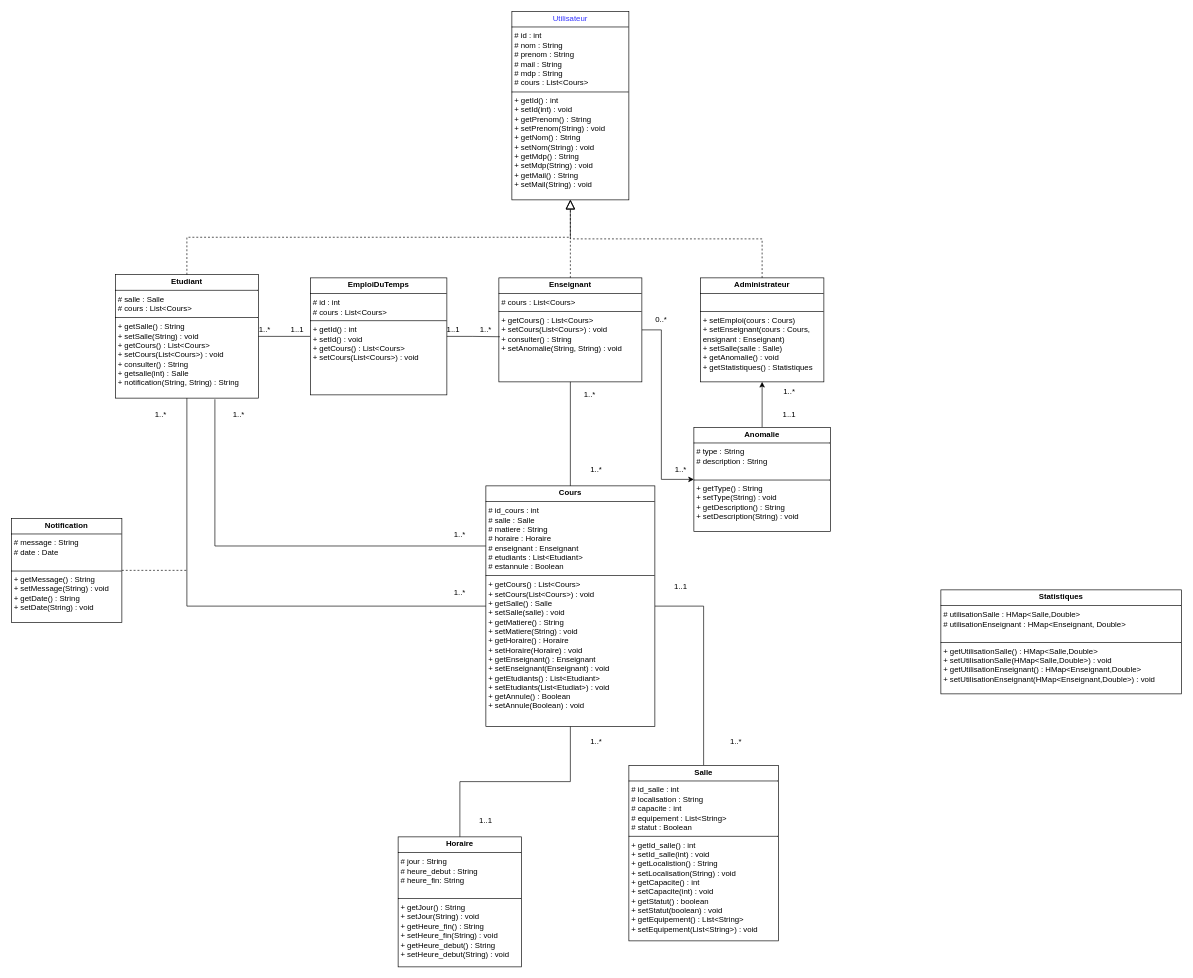
Before: JavaUML.drawio in Dimmis5/Projet_java, a draw.io diagram. Source tidied: cells renumbered, new cells numbered last; positions are measured from the earlier drawing's top-left corner, leaving out a move shared by most shapes. Both pictures are drawn from the tidied source at 65%, with x=0, y=0 at pixel (11, 11).
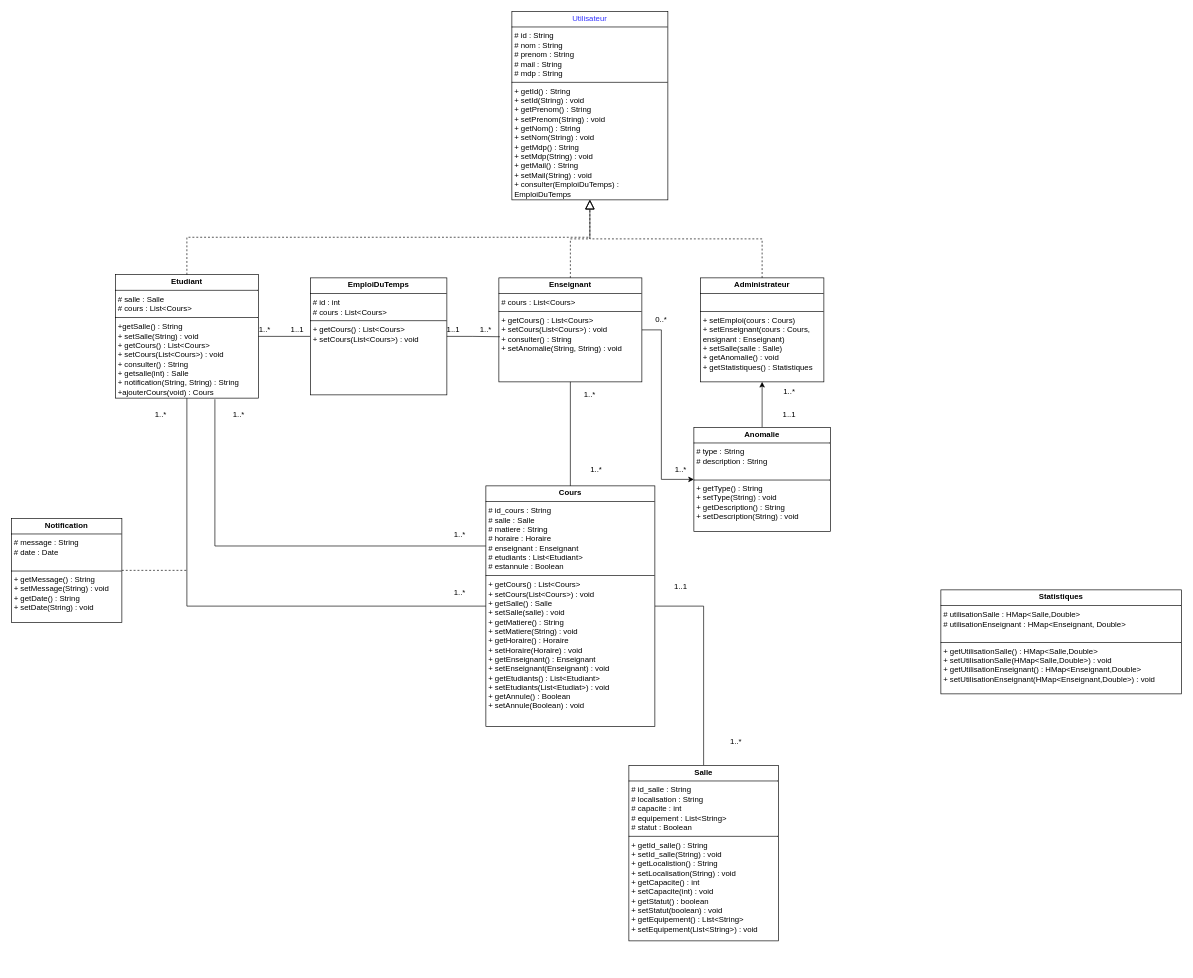
The same page after the edit.

Commit message:
Mettre à jour JavaUML.drawio

What changed in the source:
```diff
@@
-    <mxCell id="2" value="&lt;p style=&quot;margin:0px;margin-top:4px;text-align:center;&quot;&gt;&lt;b&gt;Etudiant&lt;/b&gt;&lt;/p&gt;&lt;hr size=&quot;1&quot; style=&quot;border-style:solid;&quot;&gt;&lt;p style=&quot;margin:0px;margin-left:4px;&quot;&gt;&lt;span style=&quot;background-color: transparent; color: light-dark(rgb(0, 0, 0), rgb(255, 255, 255));&quot;&gt;# salle : Salle&amp;nbsp;&lt;/span&gt;&lt;/p&gt;&lt;p style=&quot;margin:0px;margin-left:4px;&quot;&gt;&lt;span style=&quot;background-color: transparent; color: light-dark(rgb(0, 0, 0), rgb(255, 255, 255));&quot;&gt;# cours : List&amp;lt;Cours&amp;gt;&lt;/span&gt;&lt;/p&gt;&lt;hr size=&quot;1&quot; style=&quot;border-style:solid;&quot;&gt;&lt;p style=&quot;margin: 0px 0px 0px 4px;&quot;&gt;+ getSalle() : String&lt;/p&gt;&lt;p style=&quot;margin: 0px 0px 0px 4px;&quot;&gt;+ setSalle(String) : void&lt;/p&gt;&lt;p style=&quot;margin:0px;margin-left:4px;&quot;&gt;+ getCours() : List&amp;lt;Cours&amp;gt;&lt;/p&gt;&lt;p style=&quot;margin:0px;margin-left:4px;&quot;&gt;+ setCours(List&amp;lt;Cours&amp;gt;) : void&lt;/p&gt;&lt;p style=&quot;margin:0px;margin-left:4px;&quot;&gt;+ consulter() : String&lt;/p&gt;&lt;p style=&quot;margin:0px;margin-left:4px;&quot;&gt;+ getsalle(int) : Salle&lt;/p&gt;&lt;p style=&quot;margin:0px;margin-left:4px;&quot;&gt;+ notification(String, String) : String&lt;/p&gt;&lt;p style=&quot;margin:0px;margin-left:4px;&quot;&gt;&lt;br&gt;&lt;/p&gt;" style="verticalAlign=top;align=left;overflow=fill;html=1;whiteSpace=wrap;" parent="1" vertex="1">
+    <mxCell id="2" value="&lt;p style=&quot;margin:0px;margin-top:4px;text-align:center;&quot;&gt;&lt;b&gt;Etudiant&lt;/b&gt;&lt;/p&gt;&lt;hr size=&quot;1&quot; style=&quot;border-style:solid;&quot;&gt;&lt;p style=&quot;margin:0px;margin-left:4px;&quot;&gt;&lt;span style=&quot;background-color: transparent; color: light-dark(rgb(0, 0, 0), rgb(255, 255, 255));&quot;&gt;# salle : Salle&amp;nbsp;&lt;/span&gt;&lt;/p&gt;&lt;p style=&quot;margin:0px;margin-left:4px;&quot;&gt;&lt;span style=&quot;background-color: transparent; color: light-dark(rgb(0, 0, 0), rgb(255, 255, 255));&quot;&gt;# cours : List&amp;lt;Cours&amp;gt;&lt;/span&gt;&lt;/p&gt;&lt;hr size=&quot;1&quot; style=&quot;border-style:solid;&quot;&gt;&lt;p style=&quot;margin: 0px 0px 0px 4px;&quot;&gt;&lt;span style=&quot;background-color: transparent; color: light-dark(rgb(0, 0, 0), rgb(255, 255, 255));&quot;&gt;+getSalle() : String&lt;/span&gt;&lt;/p&gt;&lt;p style=&quot;margin: 0px 0px 0px 4px;&quot;&gt;+ setSalle(String) : void&lt;/p&gt;&lt;p style=&quot;margin:0px;margin-left:4px;&quot;&gt;+ getCours() : List&amp;lt;Cours&amp;gt;&lt;/p&gt;&lt;p style=&quot;margin:0px;margin-left:4px;&quot;&gt;+ setCours(List&amp;lt;Cours&amp;gt;) : void&lt;/p&gt;&lt;p style=&quot;margin:0px;margin-left:4px;&quot;&gt;+ consulter() : String&lt;/p&gt;&lt;p style=&quot;margin:0px;margin-left:4px;&quot;&gt;+ getsalle(int) : Salle&lt;/p&gt;&lt;p style=&quot;margin:0px;margin-left:4px;&quot;&gt;+ notification(String, String) : String&lt;/p&gt;&lt;p style=&quot;margin:0px;margin-left:4px;&quot;&gt;+ajouterCours(void) : Cours&lt;/p&gt;&lt;p style=&quot;margin:0px;margin-left:4px;&quot;&gt;&lt;br&gt;&lt;/p&gt;" style="verticalAlign=top;align=left;overflow=fill;html=1;whiteSpace=wrap;" parent="1" vertex="1">
       <mxGeometry x="160" y="405" width="220" height="190" as="geometry" />
     </mxCell>
@@
-    <mxCell id="7" value="&lt;p style=&quot;margin:0px;margin-top:4px;text-align:center;&quot;&gt;&lt;b&gt;Salle&lt;/b&gt;&lt;/p&gt;&lt;hr size=&quot;1&quot; style=&quot;border-style:solid;&quot;&gt;&lt;p style=&quot;margin:0px;margin-left:4px;&quot;&gt;# id_salle : int&lt;/p&gt;&lt;p style=&quot;margin:0px;margin-left:4px;&quot;&gt;# localisation : String&lt;/p&gt;&lt;p style=&quot;margin:0px;margin-left:4px;&quot;&gt;# capacite : int&lt;/p&gt;&lt;p style=&quot;margin:0px;margin-left:4px;&quot;&gt;# equipement : List&amp;lt;String&amp;gt;&lt;/p&gt;&lt;p style=&quot;margin:0px;margin-left:4px;&quot;&gt;# statut : Boolean&lt;/p&gt;&lt;hr size=&quot;1&quot; style=&quot;border-style:solid;&quot;&gt;&lt;p style=&quot;margin: 0px 0px 0px 4px;&quot;&gt;+ getId_salle() : int&lt;/p&gt;&lt;p style=&quot;margin: 0px 0px 0px 4px;&quot;&gt;+ setId_salle(int) : void&lt;/p&gt;&lt;p style=&quot;margin: 0px 0px 0px 4px;&quot;&gt;+ getLocalistion() : String&lt;/p&gt;&lt;p style=&quot;margin: 0px 0px 0px 4px;&quot;&gt;+ setLocalisation(String) : void&lt;/p&gt;&lt;p style=&quot;margin: 0px 0px 0px 4px;&quot;&gt;+ getCapacite() : int&lt;/p&gt;&lt;p style=&quot;margin: 0px 0px 0px 4px;&quot;&gt;+ setCapacite(int) : void&lt;/p&gt;&lt;p style=&quot;margin: 0px 0px 0px 4px;&quot;&gt;+ getStatut() : boolean&lt;/p&gt;&lt;p style=&quot;margin: 0px 0px 0px 4px;&quot;&gt;+ setStatut(boolean) : void&lt;/p&gt;&lt;p style=&quot;margin: 0px 0px 0px 4px;&quot;&gt;+ getEquipement() : List&amp;lt;String&amp;gt;&lt;/p&gt;&lt;p style=&quot;margin: 0px 0px 0px 4px;&quot;&gt;+ setEquipement(List&amp;lt;String&amp;gt;) : void&lt;/p&gt;" style="verticalAlign=top;align=left;overflow=fill;html=1;whiteSpace=wrap;" parent="1" vertex="1">
+    <mxCell id="7" value="&lt;p style=&quot;margin:0px;margin-top:4px;text-align:center;&quot;&gt;&lt;b&gt;Salle&lt;/b&gt;&lt;/p&gt;&lt;hr size=&quot;1&quot; style=&quot;border-style:solid;&quot;&gt;&lt;p style=&quot;margin:0px;margin-left:4px;&quot;&gt;# id_salle : String&lt;/p&gt;&lt;p style=&quot;margin:0px;margin-left:4px;&quot;&gt;# localisation : String&lt;/p&gt;&lt;p style=&quot;margin:0px;margin-left:4px;&quot;&gt;# capacite : int&lt;/p&gt;&lt;p style=&quot;margin:0px;margin-left:4px;&quot;&gt;# equipement : List&amp;lt;String&amp;gt;&lt;/p&gt;&lt;p style=&quot;margin:0px;margin-left:4px;&quot;&gt;# statut : Boolean&lt;/p&gt;&lt;hr size=&quot;1&quot; style=&quot;border-style:solid;&quot;&gt;&lt;p style=&quot;margin: 0px 0px 0px 4px;&quot;&gt;+ getId_salle() : String&lt;/p&gt;&lt;p style=&quot;margin: 0px 0px 0px 4px;&quot;&gt;+ setId_salle(String) : void&lt;/p&gt;&lt;p style=&quot;margin: 0px 0px 0px 4px;&quot;&gt;+ getLocalistion() : String&lt;/p&gt;&lt;p style=&quot;margin: 0px 0px 0px 4px;&quot;&gt;+ setLocalisation(String) : void&lt;/p&gt;&lt;p style=&quot;margin: 0px 0px 0px 4px;&quot;&gt;+ getCapacite() : int&lt;/p&gt;&lt;p style=&quot;margin: 0px 0px 0px 4px;&quot;&gt;+ setCapacite(int) : void&lt;/p&gt;&lt;p style=&quot;margin: 0px 0px 0px 4px;&quot;&gt;+ getStatut() : boolean&lt;/p&gt;&lt;p style=&quot;margin: 0px 0px 0px 4px;&quot;&gt;+ setStatut(boolean) : void&lt;/p&gt;&lt;p style=&quot;margin: 0px 0px 0px 4px;&quot;&gt;+ getEquipement() : List&amp;lt;String&amp;gt;&lt;/p&gt;&lt;p style=&quot;margin: 0px 0px 0px 4px;&quot;&gt;+ setEquipement(List&amp;lt;String&amp;gt;) : void&lt;/p&gt;" style="verticalAlign=top;align=left;overflow=fill;html=1;whiteSpace=wrap;" parent="1" vertex="1">
       <mxGeometry x="950" y="1160" width="230" height="270" as="geometry" />
     </mxCell>
@@
-    <mxCell id="9" value="&lt;p style=&quot;margin:0px;margin-top:4px;text-align:center;&quot;&gt;&lt;b&gt;EmploiDuTemps&lt;/b&gt;&lt;/p&gt;&lt;hr size=&quot;1&quot; style=&quot;border-style:solid;&quot;&gt;&lt;p style=&quot;margin:0px;margin-left:4px;&quot;&gt;# id : int&lt;/p&gt;&lt;p style=&quot;margin:0px;margin-left:4px;&quot;&gt;# cours : List&amp;lt;Cours&amp;gt;&lt;br&gt;&lt;/p&gt;&lt;hr size=&quot;1&quot; style=&quot;border-style:solid;&quot;&gt;&lt;p style=&quot;margin:0px;margin-left:4px;&quot;&gt;+ getId() : int&lt;/p&gt;&lt;p style=&quot;margin:0px;margin-left:4px;&quot;&gt;+ setId() : void&lt;/p&gt;&lt;p style=&quot;margin: 0px 0px 0px 4px;&quot;&gt;+ getCours() : List&amp;lt;Cours&amp;gt;&lt;/p&gt;&lt;p style=&quot;margin: 0px 0px 0px 4px;&quot;&gt;+ setCours(List&amp;lt;Cours&amp;gt;) : void&lt;/p&gt;" style="verticalAlign=top;align=left;overflow=fill;html=1;whiteSpace=wrap;" parent="1" vertex="1">
+    <mxCell id="9" value="&lt;p style=&quot;margin:0px;margin-top:4px;text-align:center;&quot;&gt;&lt;b&gt;EmploiDuTemps&lt;/b&gt;&lt;/p&gt;&lt;hr size=&quot;1&quot; style=&quot;border-style:solid;&quot;&gt;&lt;p style=&quot;margin:0px;margin-left:4px;&quot;&gt;# id : int&lt;/p&gt;&lt;p style=&quot;margin:0px;margin-left:4px;&quot;&gt;# cours : List&amp;lt;Cours&amp;gt;&lt;br&gt;&lt;/p&gt;&lt;hr size=&quot;1&quot; style=&quot;border-style:solid;&quot;&gt;&lt;p style=&quot;margin:0px;margin-left:4px;&quot;&gt;&lt;span style=&quot;background-color: transparent; color: light-dark(rgb(0, 0, 0), rgb(255, 255, 255));&quot;&gt;+ getCours() : List&amp;lt;Cours&amp;gt;&lt;/span&gt;&lt;/p&gt;&lt;p style=&quot;margin: 0px 0px 0px 4px;&quot;&gt;+ setCours(List&amp;lt;Cours&amp;gt;) : void&lt;/p&gt;" style="verticalAlign=top;align=left;overflow=fill;html=1;whiteSpace=wrap;" parent="1" vertex="1">
       <mxGeometry x="460" y="410" width="210" height="180" as="geometry" />
     </mxCell>
-    <mxCell id="10" style="edgeStyle=orthogonalEdgeStyle;rounded=0;jettySize=auto;html=1;entryX=0.5;entryY=1;entryDx=0;entryDy=0;endArrow=none;startFill=0;" parent="1" edge="1" source="11" target="23">
-      <mxGeometry relative="1" as="geometry" />
-    </mxCell>
-    <mxCell id="11" value="&lt;p style=&quot;margin:0px;margin-top:4px;text-align:center;&quot;&gt;&lt;b&gt;Horaire&lt;/b&gt;&lt;/p&gt;&lt;hr size=&quot;1&quot; style=&quot;border-style:solid;&quot;&gt;&lt;p style=&quot;margin:0px;margin-left:4px;&quot;&gt;# jour : String&lt;/p&gt;&lt;p style=&quot;margin:0px;margin-left:4px;&quot;&gt;&lt;span style=&quot;background-color: transparent; color: light-dark(rgb(0, 0, 0), rgb(255, 255, 255));&quot;&gt;# heure_debut : String&lt;/span&gt;&lt;/p&gt;&lt;p style=&quot;margin:0px;margin-left:4px;&quot;&gt;# heure_fin: String&lt;/p&gt;&lt;p style=&quot;margin:0px;margin-left:4px;&quot;&gt;&lt;br&gt;&lt;/p&gt;&lt;hr size=&quot;1&quot; style=&quot;border-style:solid;&quot;&gt;&lt;p style=&quot;margin: 0px 0px 0px 4px;&quot;&gt;+ getJour() : String&lt;/p&gt;&lt;p style=&quot;margin: 0px 0px 0px 4px;&quot;&gt;+ setJour(String) : void&lt;/p&gt;&lt;p style=&quot;margin: 0px 0px 0px 4px;&quot;&gt;+ getHeure_fin() : String&lt;/p&gt;&lt;p style=&quot;margin: 0px 0px 0px 4px;&quot;&gt;+ setHeure_fin(String) : void&lt;/p&gt;&lt;p style=&quot;margin: 0px 0px 0px 4px;&quot;&gt;+ getHeure_debut() : String&lt;/p&gt;&lt;p style=&quot;margin: 0px 0px 0px 4px;&quot;&gt;+ setHeure_debut(String) : void&lt;/p&gt;&lt;p style=&quot;margin: 0px 0px 0px 4px;&quot;&gt;&lt;br&gt;&lt;/p&gt;" style="verticalAlign=top;align=left;overflow=fill;html=1;whiteSpace=wrap;" parent="1" vertex="1">
-      <mxGeometry x="595" y="1270" width="190" height="200" as="geometry" />
-    </mxCell>
@@
-    <mxCell id="17" value="&lt;p style=&quot;text-align: center; margin: 4px 0px 0px;&quot;&gt;&lt;font style=&quot;color: rgb(0, 0, 0);&quot;&gt;&lt;span style=&quot;background-color: transparent; text-align: left;&quot;&gt;&lt;font style=&quot;color: rgb(51, 51, 255);&quot;&gt;Utilisateur&lt;/font&gt;&lt;/span&gt;&lt;span style=&quot;font-family: monospace; font-size: 0px; text-wrap-mode: nowrap; background-color: transparent; text-align: left; color: rgba(0, 0, 0, 0);&quot;&gt;%&lt;/span&gt;&lt;/font&gt;&lt;span style=&quot;color: rgba(0, 0, 0, 0); font-family: monospace; font-size: 0px; text-wrap-mode: nowrap; background-color: transparent; text-align: left;&quot;&gt;3CmxGraphModel%3E%3Croot%3E%3CmxCell%20id%3D%220%22%2F%3E%3CmxCell%20id%3D%221%22%20parent%3D%220%22%2F%3E%3CmxCell%20id%3D%222%22%20value%3D%22%26lt%3Bp%20style%3D%26quot%3Bmargin%3A0px%3Bmargin-top%3A4px%3Btext-align%3Acenter%3B%26quot%3B%26gt%3B%26lt%3Bb%26gt%3BEtudiant%26lt%3B%2Fb%26gt%3B%26lt%3B%2Fp%26gt%3B%26lt%3Bhr%20size%3D%26quot%3B1%26quot%3B%20style%3D%26quot%3Bborder-style%3Asolid%3B%26quot%3B%26gt%3B%26lt%3Bp%20style%3D%26quot%3Bmargin%3A0px%3Bmargin-left%3A4px%3B%26quot%3B%26gt%3B%2B%20field%3A%20Type%26lt%3B%2Fp%26gt%3B%26lt%3Bhr%20size%3D%26quot%3B1%26quot%3B%20style%3D%26quot%3Bborder-style%3Asolid%3B%26quot%3B%26gt%3B%26lt%3Bp%20style%3D%26quot%3Bmargin%3A0px%3Bmargin-left%3A4px%3B%26quot%3B%26gt%3B%2B%20method()%3A%20Type%26lt%3B%2Fp%26gt%3B%22%20style%3D%22verticalAlign%3Dtop%3Balign%3Dleft%3Boverflow%3Dfill%3Bhtml%3D1%3BwhiteSpace%3Dwrap%3B%22%20vertex%3D%221%22%20parent%3D%221%22%3E%3CmxGeometry%20x%3D%22260%22%20y%3D%2250%22%20width%3D%22160%22%20height%3D%2290%22%20as%3D%22geometry%22%2F%3E%3C%2FmxCell%3E%3C%2Froot%3E%3C%2FmxGraphModel%3E&lt;/span&gt;&lt;/p&gt;&lt;hr size=&quot;1&quot; style=&quot;border-style:solid;&quot;&gt;&lt;p style=&quot;margin:0px;margin-left:4px;&quot;&gt;# id : int&lt;/p&gt;&lt;p style=&quot;margin:0px;margin-left:4px;&quot;&gt;&lt;span style=&quot;background-color: transparent; color: light-dark(rgb(0, 0, 0), rgb(255, 255, 255));&quot;&gt;# nom : String&lt;/span&gt;&lt;/p&gt;&lt;p style=&quot;margin:0px;margin-left:4px;&quot;&gt;# prenom : String&lt;/p&gt;&lt;p style=&quot;margin:0px;margin-left:4px;&quot;&gt;# mail : String&lt;/p&gt;&lt;p style=&quot;margin:0px;margin-left:4px;&quot;&gt;# mdp : String&lt;/p&gt;&lt;p style=&quot;margin:0px;margin-left:4px;&quot;&gt;# cours : List&amp;lt;Cours&amp;gt;&lt;/p&gt;&lt;hr size=&quot;1&quot; style=&quot;border-style:solid;&quot;&gt;&lt;p style=&quot;margin:0px;margin-left:4px;&quot;&gt;+ getId() : int&lt;/p&gt;&lt;p style=&quot;margin:0px;margin-left:4px;&quot;&gt;+ setId(int) : void&lt;/p&gt;&lt;p style=&quot;margin:0px;margin-left:4px;&quot;&gt;+ getPrenom() : String&lt;/p&gt;&lt;p style=&quot;margin:0px;margin-left:4px;&quot;&gt;+ setPrenom(String) : void&lt;/p&gt;&lt;p style=&quot;margin:0px;margin-left:4px;&quot;&gt;+ getNom() : String&lt;/p&gt;&lt;p style=&quot;margin:0px;margin-left:4px;&quot;&gt;+ setNom(String) : void&lt;/p&gt;&lt;p style=&quot;margin: 0px 0px 0px 4px;&quot;&gt;+ getMdp() : String&lt;/p&gt;&lt;p style=&quot;margin: 0px 0px 0px 4px;&quot;&gt;+ setMdp(String) : void&lt;/p&gt;&lt;p style=&quot;margin:0px;margin-left:4px;&quot;&gt;+ getMail() : String&lt;/p&gt;&lt;p style=&quot;margin:0px;margin-left:4px;&quot;&gt;+ setMail(String) : void&lt;/p&gt;" style="verticalAlign=top;align=left;overflow=fill;html=1;whiteSpace=wrap;" parent="1" vertex="1">
-      <mxGeometry x="770" width="180" height="290" as="geometry" />
+    <mxCell id="17" value="&lt;p style=&quot;text-align: center; margin: 4px 0px 0px;&quot;&gt;&lt;font style=&quot;color: rgb(0, 0, 0);&quot;&gt;&lt;span style=&quot;background-color: transparent; text-align: left;&quot;&gt;&lt;font style=&quot;color: rgb(51, 51, 255);&quot;&gt;Utilisateur&lt;/font&gt;&lt;/span&gt;&lt;span style=&quot;font-family: monospace; font-size: 0px; text-wrap-mode: nowrap; background-color: transparent; text-align: left; color: rgba(0, 0, 0, 0);&quot;&gt;%&lt;/span&gt;&lt;/font&gt;&lt;span style=&quot;color: rgba(0, 0, 0, 0); font-family: monospace; font-size: 0px; text-wrap-mode: nowrap; background-color: transparent; text-align: left;&quot;&gt;3CmxGraphModel%3E%3Croot%3E%3CmxCell%20id%3D%220%22%2F%3E%3CmxCell%20id%3D%221%22%20parent%3D%220%22%2F%3E%3CmxCell%20id%3D%222%22%20value%3D%22%26lt%3Bp%20style%3D%26quot%3Bmargin%3A0px%3Bmargin-top%3A4px%3Btext-align%3Acenter%3B%26quot%3B%26gt%3B%26lt%3Bb%26gt%3BEtudiant%26lt%3B%2Fb%26gt%3B%26lt%3B%2Fp%26gt%3B%26lt%3Bhr%20size%3D%26quot%3B1%26quot%3B%20style%3D%26quot%3Bborder-style%3Asolid%3B%26quot%3B%26gt%3B%26lt%3Bp%20style%3D%26quot%3Bmargin%3A0px%3Bmargin-left%3A4px%3B%26quot%3B%26gt%3B%2B%20field%3A%20Type%26lt%3B%2Fp%26gt%3B%26lt%3Bhr%20size%3D%26quot%3B1%26quot%3B%20style%3D%26quot%3Bborder-style%3Asolid%3B%26quot%3B%26gt%3B%26lt%3Bp%20style%3D%26quot%3Bmargin%3A0px%3Bmargin-left%3A4px%3B%26quot%3B%26gt%3B%2B%20method()%3A%20Type%26lt%3B%2Fp%26gt%3B%22%20style%3D%22verticalAlign%3Dtop%3Balign%3Dleft%3Boverflow%3Dfill%3Bhtml%3D1%3BwhiteSpace%3Dwrap%3B%22%20vertex%3D%221%22%20parent%3D%221%22%3E%3CmxGeometry%20x%3D%22260%22%20y%3D%2250%22%20width%3D%22160%22%20height%3D%2290%22%20as%3D%22geometry%22%2F%3E%3C%2FmxCell%3E%3C%2Froot%3E%3C%2FmxGraphModel%3E&lt;/span&gt;&lt;/p&gt;&lt;hr size=&quot;1&quot; style=&quot;border-style:solid;&quot;&gt;&lt;p style=&quot;margin:0px;margin-left:4px;&quot;&gt;# id : String&lt;/p&gt;&lt;p style=&quot;margin:0px;margin-left:4px;&quot;&gt;&lt;span style=&quot;background-color: transparent; color: light-dark(rgb(0, 0, 0), rgb(255, 255, 255));&quot;&gt;# nom : String&lt;/span&gt;&lt;/p&gt;&lt;p style=&quot;margin:0px;margin-left:4px;&quot;&gt;# prenom : String&lt;/p&gt;&lt;p style=&quot;margin:0px;margin-left:4px;&quot;&gt;# mail : String&lt;/p&gt;&lt;p style=&quot;margin:0px;margin-left:4px;&quot;&gt;# mdp : String&lt;/p&gt;&lt;hr size=&quot;1&quot; style=&quot;border-style:solid;&quot;&gt;&lt;p style=&quot;margin:0px;margin-left:4px;&quot;&gt;+ getId() : String&lt;/p&gt;&lt;p style=&quot;margin:0px;margin-left:4px;&quot;&gt;+ setId(String) : void&lt;/p&gt;&lt;p style=&quot;margin:0px;margin-left:4px;&quot;&gt;+ getPrenom() : String&lt;/p&gt;&lt;p style=&quot;margin:0px;margin-left:4px;&quot;&gt;+ setPrenom(String) : void&lt;/p&gt;&lt;p style=&quot;margin:0px;margin-left:4px;&quot;&gt;+ getNom() : String&lt;/p&gt;&lt;p style=&quot;margin:0px;margin-left:4px;&quot;&gt;+ setNom(String) : void&lt;/p&gt;&lt;p style=&quot;margin: 0px 0px 0px 4px;&quot;&gt;+ getMdp() : String&lt;/p&gt;&lt;p style=&quot;margin: 0px 0px 0px 4px;&quot;&gt;+ setMdp(String) : void&lt;/p&gt;&lt;p style=&quot;margin:0px;margin-left:4px;&quot;&gt;+ getMail() : String&lt;/p&gt;&lt;p style=&quot;margin:0px;margin-left:4px;&quot;&gt;+ setMail(String) : void&lt;/p&gt;&lt;p style=&quot;margin:0px;margin-left:4px;&quot;&gt;+ consulter(EmploiDuTemps) : EmploiDuTemps&lt;/p&gt;" style="verticalAlign=top;align=left;overflow=fill;html=1;whiteSpace=wrap;" parent="1" vertex="1">
+      <mxGeometry x="770" width="240" height="290" as="geometry" />
     </mxCell>
@@
-    <mxCell id="23" value="&lt;p style=&quot;margin:0px;margin-top:4px;text-align:center;&quot;&gt;&lt;b&gt;Cours&lt;/b&gt;&lt;/p&gt;&lt;hr size=&quot;1&quot; style=&quot;border-style:solid;&quot;&gt;&lt;p style=&quot;margin:0px;margin-left:4px;&quot;&gt;# id_cours : int&lt;/p&gt;&lt;p style=&quot;margin:0px;margin-left:4px;&quot;&gt;&lt;span style=&quot;background-color: transparent; color: light-dark(rgb(0, 0, 0), rgb(255, 255, 255));&quot;&gt;# salle : Salle&lt;/span&gt;&lt;/p&gt;&lt;p style=&quot;margin:0px;margin-left:4px;&quot;&gt;# matiere : String&lt;/p&gt;&lt;p style=&quot;margin:0px;margin-left:4px;&quot;&gt;# horaire : Horaire&lt;/p&gt;&lt;p style=&quot;margin:0px;margin-left:4px;&quot;&gt;# enseignant : Enseignant&lt;/p&gt;&lt;p style=&quot;margin:0px;margin-left:4px;&quot;&gt;# etudiants : List&amp;lt;Etudiant&amp;gt;&lt;/p&gt;&lt;p style=&quot;margin:0px;margin-left:4px;&quot;&gt;# estannule : Boolean&lt;/p&gt;&lt;hr size=&quot;1&quot; style=&quot;border-style:solid;&quot;&gt;&lt;p style=&quot;margin: 0px 0px 0px 4px;&quot;&gt;+ getCours() : List&amp;lt;Cours&amp;gt;&lt;/p&gt;&lt;p style=&quot;margin: 0px 0px 0px 4px;&quot;&gt;+ setCours(List&amp;lt;Cours&amp;gt;) : void&lt;/p&gt;&lt;p style=&quot;margin: 0px 0px 0px 4px;&quot;&gt;+ getSalle() : Salle&lt;/p&gt;&lt;p style=&quot;margin: 0px 0px 0px 4px;&quot;&gt;+ setSalle(salle) : void&lt;/p&gt;&lt;p style=&quot;margin: 0px 0px 0px 4px;&quot;&gt;+ getMatiere() : String&lt;/p&gt;&lt;p style=&quot;margin: 0px 0px 0px 4px;&quot;&gt;+ setMatiere(String) : void&lt;/p&gt;&lt;p style=&quot;margin: 0px 0px 0px 4px;&quot;&gt;+ getHoraire() : Horaire&lt;/p&gt;&lt;p style=&quot;margin: 0px 0px 0px 4px;&quot;&gt;+ setHoraire(Horaire) : void&lt;/p&gt;&lt;p style=&quot;margin: 0px 0px 0px 4px;&quot;&gt;+ getEnseignant() : Enseignant&lt;/p&gt;&lt;p style=&quot;margin: 0px 0px 0px 4px;&quot;&gt;+ setEnseignant(Enseignant) : void&lt;/p&gt;&lt;p style=&quot;margin: 0px 0px 0px 4px;&quot;&gt;+ getEtudiants() : List&amp;lt;Etudiant&amp;gt;&lt;/p&gt;&lt;p style=&quot;margin: 0px 0px 0px 4px;&quot;&gt;+ setEtudiants(List&amp;lt;Etudiat&amp;gt;) : void&lt;/p&gt;&lt;p style=&quot;margin: 0px 0px 0px 4px;&quot;&gt;+ getAnnule() : Boolean&lt;/p&gt;&lt;p style=&quot;margin: 0px 0px 0px 4px;&quot;&gt;+ setAnnule(Boolean) : void&lt;/p&gt;" style="verticalAlign=top;align=left;overflow=fill;html=1;whiteSpace=wrap;" parent="1" vertex="1">
+    <mxCell id="23" value="&lt;p style=&quot;margin:0px;margin-top:4px;text-align:center;&quot;&gt;&lt;b&gt;Cours&lt;/b&gt;&lt;/p&gt;&lt;hr size=&quot;1&quot; style=&quot;border-style:solid;&quot;&gt;&lt;p style=&quot;margin:0px;margin-left:4px;&quot;&gt;# id_cours : String&lt;/p&gt;&lt;p style=&quot;margin:0px;margin-left:4px;&quot;&gt;&lt;span style=&quot;background-color: transparent; color: light-dark(rgb(0, 0, 0), rgb(255, 255, 255));&quot;&gt;# salle : Salle&lt;/span&gt;&lt;/p&gt;&lt;p style=&quot;margin:0px;margin-left:4px;&quot;&gt;# matiere : String&lt;/p&gt;&lt;p style=&quot;margin:0px;margin-left:4px;&quot;&gt;# horaire : Horaire&lt;/p&gt;&lt;p style=&quot;margin:0px;margin-left:4px;&quot;&gt;# enseignant : Enseignant&lt;/p&gt;&lt;p style=&quot;margin:0px;margin-left:4px;&quot;&gt;# etudiants : List&amp;lt;Etudiant&amp;gt;&lt;/p&gt;&lt;p style=&quot;margin:0px;margin-left:4px;&quot;&gt;# estannule : Boolean&lt;/p&gt;&lt;hr size=&quot;1&quot; style=&quot;border-style:solid;&quot;&gt;&lt;p style=&quot;margin: 0px 0px 0px 4px;&quot;&gt;+ getCours() : List&amp;lt;Cours&amp;gt;&lt;/p&gt;&lt;p style=&quot;margin: 0px 0px 0px 4px;&quot;&gt;+ setCours(List&amp;lt;Cours&amp;gt;) : void&lt;/p&gt;&lt;p style=&quot;margin: 0px 0px 0px 4px;&quot;&gt;+ getSalle() : Salle&lt;/p&gt;&lt;p style=&quot;margin: 0px 0px 0px 4px;&quot;&gt;+ setSalle(salle) : void&lt;/p&gt;&lt;p style=&quot;margin: 0px 0px 0px 4px;&quot;&gt;+ getMatiere() : String&lt;/p&gt;&lt;p style=&quot;margin: 0px 0px 0px 4px;&quot;&gt;+ setMatiere(String) : void&lt;/p&gt;&lt;p style=&quot;margin: 0px 0px 0px 4px;&quot;&gt;+ getHoraire() : Horaire&lt;/p&gt;&lt;p style=&quot;margin: 0px 0px 0px 4px;&quot;&gt;+ setHoraire(Horaire) : void&lt;/p&gt;&lt;p style=&quot;margin: 0px 0px 0px 4px;&quot;&gt;+ getEnseignant() : Enseignant&lt;/p&gt;&lt;p style=&quot;margin: 0px 0px 0px 4px;&quot;&gt;+ setEnseignant(Enseignant) : void&lt;/p&gt;&lt;p style=&quot;margin: 0px 0px 0px 4px;&quot;&gt;+ getEtudiants() : List&amp;lt;Etudiant&amp;gt;&lt;/p&gt;&lt;p style=&quot;margin: 0px 0px 0px 4px;&quot;&gt;+ setEtudiants(List&amp;lt;Etudiat&amp;gt;) : void&lt;/p&gt;&lt;p style=&quot;margin: 0px 0px 0px 4px;&quot;&gt;+ getAnnule() : Boolean&lt;/p&gt;&lt;p style=&quot;margin: 0px 0px 0px 4px;&quot;&gt;+ setAnnule(Boolean) : void&lt;/p&gt;" style="verticalAlign=top;align=left;overflow=fill;html=1;whiteSpace=wrap;" parent="1" vertex="1">
       <mxGeometry x="730" y="730" width="260" height="370" as="geometry" />
     </mxCell>
@@
-    <mxCell id="29" value="1..1" style="text;html=1;align=center;verticalAlign=middle;whiteSpace=wrap;rounded=0;" parent="1" vertex="1">
-      <mxGeometry x="700" y="1230" width="60" height="30" as="geometry" />
-    </mxCell>
-    <mxCell id="30" value="1..*" style="text;html=1;align=center;verticalAlign=middle;whiteSpace=wrap;rounded=0;" parent="1" vertex="1">
-      <mxGeometry x="870" y="1109" width="60" height="30" as="geometry" />
-    </mxCell>
```
